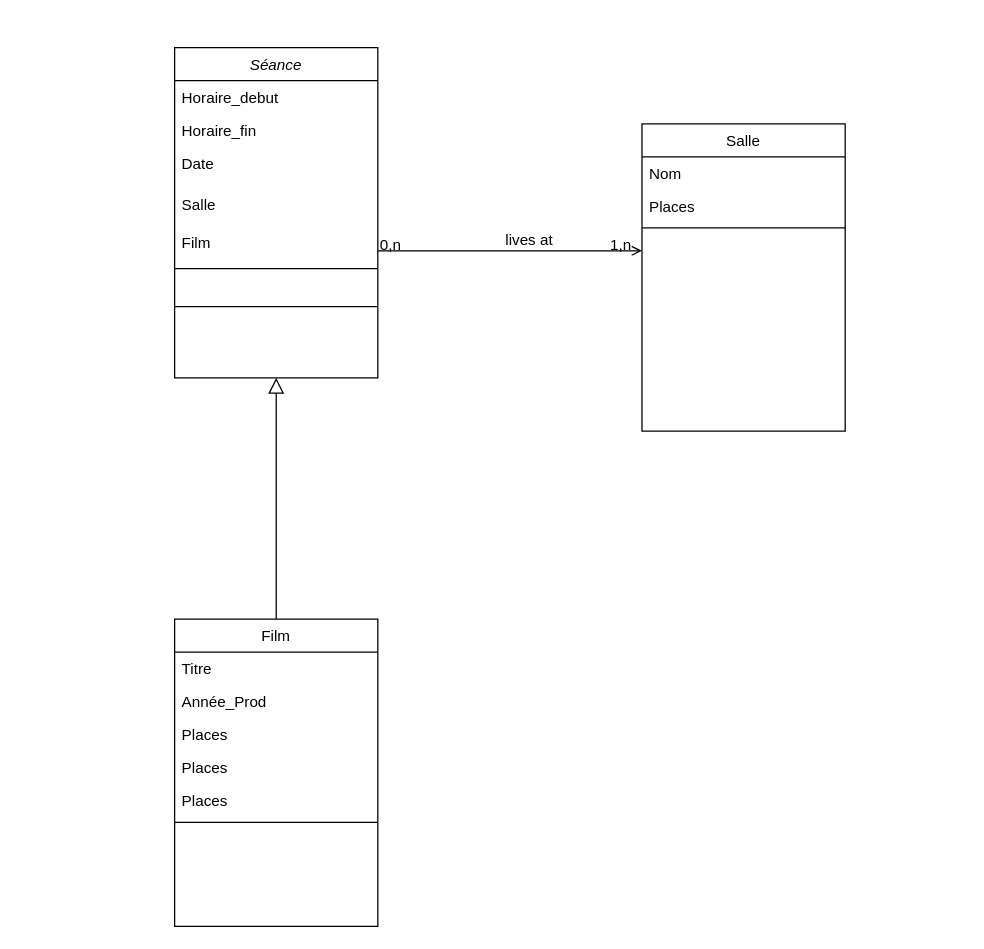
Before: Untitled Diagram.drawio in YasminaAston/diagramme_exo, a draw.io diagram. Source tidied: cells renumbered, new cells numbered last; positions are measured from the earlier drawing's top-left corner, leaving out a move shared by most shapes. Both pictures are drawn from the tidied source at 127%, with x=0, y=0 at pixel (174, 47).
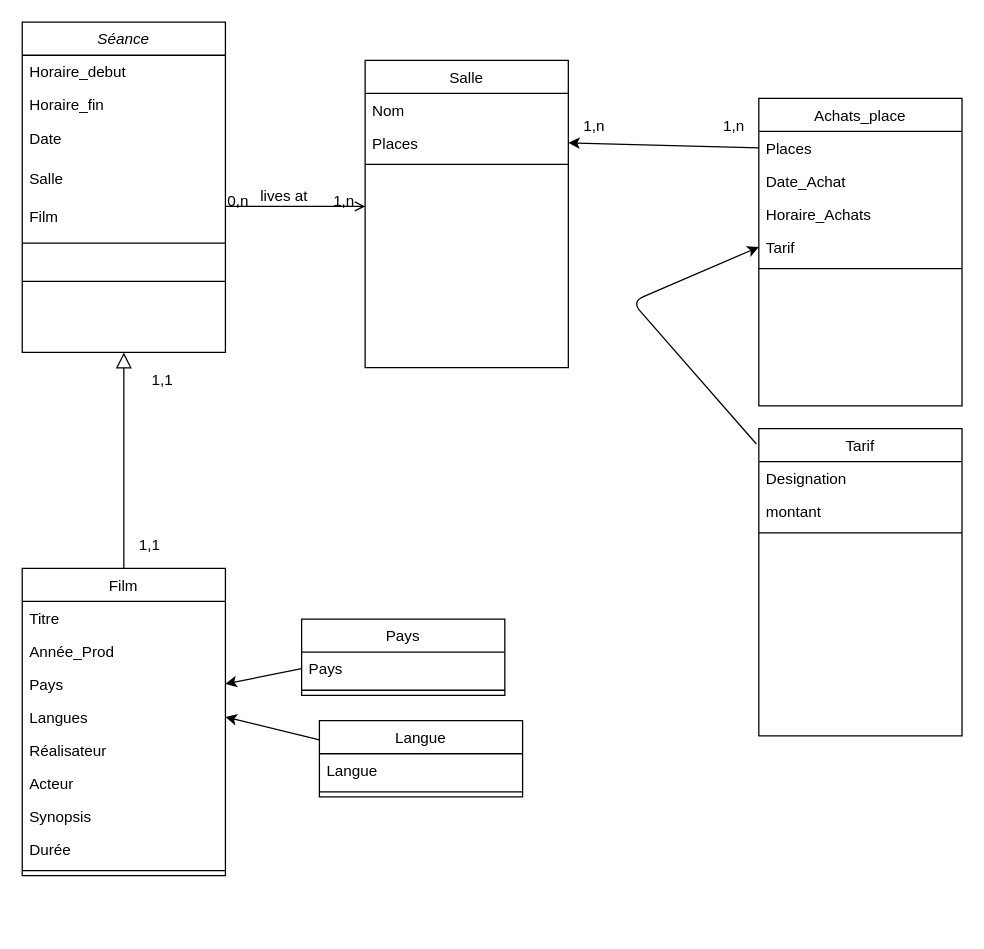
The same diagram, later.

Unchanged cells that the change refers to:
```xml
<mxCell id="13" value="Places" style="text;align=left;verticalAlign=top;spacingLeft=4;spacingRight=4;overflow=hidden;points=[[0,0.5],[1,0.5]];portConstraint=eastwest;rounded=0;shadow=0;html=0;" parent="11" vertex="1">
  <mxGeometry y="52" width="160" height="26" as="geometry" />
</mxCell>
```

Change to the diagram source:
```diff
@@
     <mxCell id="2" value="Séance" style="swimlane;fontStyle=2;align=center;verticalAlign=top;horizontal=1;startSize=26;rounded=0;shadow=0;strokeWidth=1;" parent="1" vertex="1">
-      <mxGeometry width="160" height="260" as="geometry" />
+      <mxGeometry x="-120" y="-20" width="160" height="260" as="geometry" />
     </mxCell>
@@
     <mxCell id="11" value="Salle" style="swimlane;fontStyle=0;align=center;verticalAlign=top;horizontal=1;startSize=26;rounded=0;shadow=0;strokeWidth=1;" parent="1" vertex="1">
-      <mxGeometry x="368" y="60" width="160" height="242" as="geometry" />
+      <mxGeometry x="150" y="10" width="160" height="242" as="geometry" />
     </mxCell>
@@
     <mxCell id="19" value="Film" style="swimlane;fontStyle=0;align=center;verticalAlign=top;horizontal=1;startSize=26;rounded=0;shadow=0;strokeWidth=1;" parent="1" vertex="1">
-      <mxGeometry y="450" width="160" height="242" as="geometry" />
+      <mxGeometry x="-120" y="410" width="160" height="242" as="geometry" />
     </mxCell>
@@
-    <mxCell id="22" value="Places" style="text;align=left;verticalAlign=top;spacingLeft=4;spacingRight=4;overflow=hidden;points=[[0,0.5],[1,0.5]];portConstraint=eastwest;rounded=0;shadow=0;html=0;" parent="19" vertex="1">
+    <mxCell id="22" value="Pays" style="text;align=left;verticalAlign=top;spacingLeft=4;spacingRight=4;overflow=hidden;points=[[0,0.5],[1,0.5]];portConstraint=eastwest;rounded=0;shadow=0;html=0;" parent="19" vertex="1">
       <mxGeometry y="78" width="160" height="26" as="geometry" />
     </mxCell>
-    <mxCell id="23" value="Places" style="text;align=left;verticalAlign=top;spacingLeft=4;spacingRight=4;overflow=hidden;points=[[0,0.5],[1,0.5]];portConstraint=eastwest;rounded=0;shadow=0;html=0;" parent="19" vertex="1">
+    <mxCell id="23" value="Langues" style="text;align=left;verticalAlign=top;spacingLeft=4;spacingRight=4;overflow=hidden;points=[[0,0.5],[1,0.5]];portConstraint=eastwest;rounded=0;shadow=0;html=0;" parent="19" vertex="1">
       <mxGeometry y="104" width="160" height="26" as="geometry" />
     </mxCell>
-    <mxCell id="24" value="Places" style="text;align=left;verticalAlign=top;spacingLeft=4;spacingRight=4;overflow=hidden;rounded=0;shadow=0;html=0;" parent="19" vertex="1">
+    <mxCell id="24" value="Réalisateur" style="text;align=left;verticalAlign=top;spacingLeft=4;spacingRight=4;overflow=hidden;rounded=0;shadow=0;html=0;" parent="19" vertex="1">
       <mxGeometry y="130" width="160" height="26" as="geometry" />
     </mxCell>
+    <mxCell id="26" value="Acteur" style="text;align=left;verticalAlign=top;spacingLeft=4;spacingRight=4;overflow=hidden;rounded=0;shadow=0;html=0;" parent="19" vertex="1">
+      <mxGeometry y="156" width="160" height="26" as="geometry" />
+    </mxCell>
+    <mxCell id="27" value="Synopsis" style="text;align=left;verticalAlign=top;spacingLeft=4;spacingRight=4;overflow=hidden;rounded=0;shadow=0;html=0;" parent="19" vertex="1">
+      <mxGeometry y="182" width="160" height="26" as="geometry" />
+    </mxCell>
+    <mxCell id="28" value="Durée" style="text;align=left;verticalAlign=top;spacingLeft=4;spacingRight=4;overflow=hidden;rounded=0;shadow=0;html=0;" parent="19" vertex="1">
+      <mxGeometry y="208" width="160" height="26" as="geometry" />
+    </mxCell>
     <mxCell id="25" style="line;html=1;strokeWidth=1;align=left;verticalAlign=middle;spacingTop=-1;spacingLeft=3;spacingRight=3;labelPosition=right;" parent="19" vertex="1">
-      <mxGeometry y="156" width="160" height="8" as="geometry" />
+      <mxGeometry y="234" width="160" height="8" as="geometry" />
     </mxCell>
+    <mxCell id="29" value="1,1" style="align=right;verticalAlign=bottom;labelBackgroundColor=none;fontSize=12;" parent="1" vertex="1">
+      <mxGeometry x="-10" y="400" as="geometry" />
+    </mxCell>
+    <mxCell id="30" value="1,1" style="align=right;verticalAlign=bottom;labelBackgroundColor=none;fontSize=12;" parent="1" vertex="1">
+      <mxGeometry y="270" as="geometry" />
+    </mxCell>
+    <mxCell id="31" value="Achats_place" style="swimlane;fontStyle=0;align=center;verticalAlign=top;horizontal=1;startSize=26;rounded=0;shadow=0;strokeWidth=1;" parent="1" vertex="1">
+      <mxGeometry x="460" y="40" width="160" height="242" as="geometry" />
+    </mxCell>
+    <mxCell id="32" value="Places" style="text;align=left;verticalAlign=top;spacingLeft=4;spacingRight=4;overflow=hidden;points=[[0,0.5],[1,0.5]];portConstraint=eastwest;rounded=0;shadow=0;html=0;" parent="31" vertex="1">
+      <mxGeometry y="26" width="160" height="26" as="geometry" />
+    </mxCell>
+    <mxCell id="33" value="Date_Achat" style="text;align=left;verticalAlign=top;spacingLeft=4;spacingRight=4;overflow=hidden;rounded=0;shadow=0;html=0;" parent="31" vertex="1">
+      <mxGeometry y="52" width="160" height="26" as="geometry" />
+    </mxCell>
+    <mxCell id="34" value="Horaire_Achats" style="text;align=left;verticalAlign=top;spacingLeft=4;spacingRight=4;overflow=hidden;rounded=0;shadow=0;html=0;" parent="31" vertex="1">
+      <mxGeometry y="78" width="160" height="26" as="geometry" />
+    </mxCell>
+    <mxCell id="35" value="Tarif" style="text;align=left;verticalAlign=top;spacingLeft=4;spacingRight=4;overflow=hidden;points=[[0,0.5],[1,0.5]];portConstraint=eastwest;rounded=0;shadow=0;html=0;" parent="31" vertex="1">
+      <mxGeometry y="104" width="160" height="26" as="geometry" />
+    </mxCell>
+    <mxCell id="36" style="line;html=1;strokeWidth=1;align=left;verticalAlign=middle;spacingTop=-1;spacingLeft=3;spacingRight=3;labelPosition=right;" parent="31" vertex="1">
+      <mxGeometry y="130" width="160" height="8" as="geometry" />
+    </mxCell>
+    <mxCell id="37" style="endArrow=classic;html=1;entryX=1;entryY=0.5;entryDx=0;entryDy=0;exitX=0;exitY=0.5;exitDx=0;exitDy=0;" parent="1" edge="1" source="32" target="13">
+      <mxGeometry relative="1" as="geometry" />
+    </mxCell>
+    <mxCell id="38" value="1,n" style="align=right;verticalAlign=bottom;labelBackgroundColor=none;fontSize=12;" parent="1" vertex="1">
+      <mxGeometry x="340" y="70" as="geometry" />
+    </mxCell>
+    <mxCell id="39" value="1,n" style="align=right;verticalAlign=bottom;labelBackgroundColor=none;fontSize=12;" parent="1" vertex="1">
+      <mxGeometry x="450" y="70" as="geometry" />
+    </mxCell>
+    <mxCell id="40" value="Tarif" style="swimlane;fontStyle=0;align=center;verticalAlign=top;horizontal=1;startSize=26;rounded=0;shadow=0;strokeWidth=1;" parent="1" vertex="1">
+      <mxGeometry x="460" y="300" width="160" height="242" as="geometry" />
+    </mxCell>
+    <mxCell id="41" value="Designation" style="text;align=left;verticalAlign=top;spacingLeft=4;spacingRight=4;overflow=hidden;rounded=0;shadow=0;html=0;" parent="40" vertex="1">
+      <mxGeometry y="26" width="160" height="26" as="geometry" />
+    </mxCell>
+    <mxCell id="42" value="montant" style="text;align=left;verticalAlign=top;spacingLeft=4;spacingRight=4;overflow=hidden;rounded=0;shadow=0;html=0;" parent="40" vertex="1">
+      <mxGeometry y="52" width="160" height="26" as="geometry" />
+    </mxCell>
+    <mxCell id="43" style="line;html=1;strokeWidth=1;align=left;verticalAlign=middle;spacingTop=-1;spacingLeft=3;spacingRight=3;labelPosition=right;" parent="40" vertex="1">
+      <mxGeometry y="78" width="160" height="8" as="geometry" />
+    </mxCell>
+    <mxCell id="44" style="endArrow=classic;html=1;entryX=0;entryY=0.5;entryDx=0;entryDy=0;exitX=-0.012;exitY=0.05;exitDx=0;exitDy=0;exitPerimeter=0;" parent="1" edge="1" source="40" target="35">
+      <mxGeometry relative="1" as="geometry">
+        <Array as="points">
+          <mxPoint x="360" y="200" />
+        </Array>
+      </mxGeometry>
+    </mxCell>
+    <mxCell id="45" value="Pays" style="swimlane;fontStyle=0;align=center;verticalAlign=top;horizontal=1;startSize=26;rounded=0;shadow=0;strokeWidth=1;" parent="1" vertex="1">
+      <mxGeometry x="100" y="450" width="160" height="60" as="geometry" />
+    </mxCell>
+    <mxCell id="46" value="Pays" style="text;align=left;verticalAlign=top;spacingLeft=4;spacingRight=4;overflow=hidden;points=[[0,0.5],[1,0.5]];portConstraint=eastwest;rounded=0;shadow=0;html=0;" parent="45" vertex="1">
+      <mxGeometry y="26" width="160" height="26" as="geometry" />
+    </mxCell>
+    <mxCell id="47" style="line;html=1;strokeWidth=1;align=left;verticalAlign=middle;spacingTop=-1;spacingLeft=3;spacingRight=3;labelPosition=right;" parent="45" vertex="1">
+      <mxGeometry y="52" width="160" height="8" as="geometry" />
+    </mxCell>
+    <mxCell id="48" value="Langue" style="swimlane;fontStyle=0;align=center;verticalAlign=top;horizontal=1;startSize=26;rounded=0;shadow=0;strokeWidth=1;" parent="1" vertex="1">
+      <mxGeometry x="114" y="530" width="160" height="60" as="geometry" />
+    </mxCell>
+    <mxCell id="49" value="Langue" style="text;align=left;verticalAlign=top;spacingLeft=4;spacingRight=4;overflow=hidden;rounded=0;shadow=0;html=0;" parent="48" vertex="1">
+      <mxGeometry y="26" width="160" height="26" as="geometry" />
+    </mxCell>
+    <mxCell id="50" style="line;html=1;strokeWidth=1;align=left;verticalAlign=middle;spacingTop=-1;spacingLeft=3;spacingRight=3;labelPosition=right;" parent="48" vertex="1">
+      <mxGeometry y="52" width="160" height="8" as="geometry" />
+    </mxCell>
+    <mxCell id="51" style="endArrow=classic;html=1;entryX=1;entryY=0.5;entryDx=0;entryDy=0;exitX=0;exitY=0.5;exitDx=0;exitDy=0;" parent="1" edge="1" source="46" target="22">
+      <mxGeometry relative="1" as="geometry" />
+    </mxCell>
+    <mxCell id="52" style="endArrow=classic;html=1;entryX=1;entryY=0.5;entryDx=0;entryDy=0;exitX=0;exitY=0.25;exitDx=0;exitDy=0;" parent="1" edge="1" source="48" target="23">
+      <mxGeometry relative="1" as="geometry" />
+    </mxCell>
```
